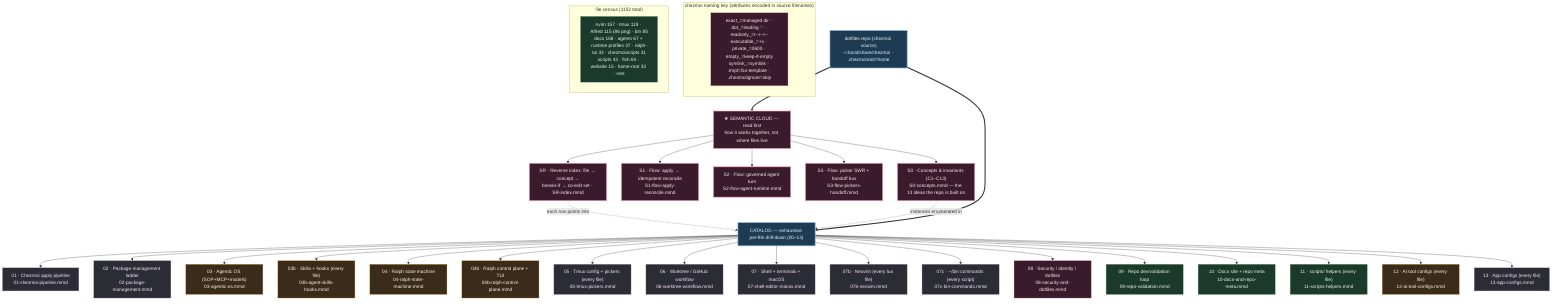
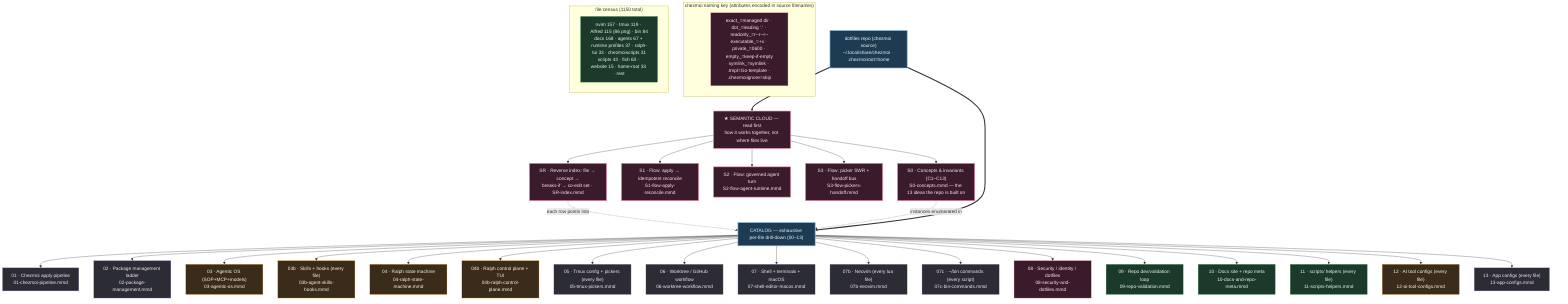
%% ============================================================================
%% 00-overview.mmd — Master navigation map for kapral18/dotfiles
%% TWO LAYERS:
%%   SEMANTIC CLOUD (read first) — how the system THINKS: concepts+invariants
%%     (S0), cross-cutting flows (S1/S2/S3), and a reverse index (SR) that maps
%%     any file to its concept, blast radius, and co-edit set.
%%   CATALOG (drill-down) — how the system is LAID OUT: 00-13 enumerate every
- %%     one of the 1152 tracked files by exact chezmoi source path.
+ %%     one of the 1150 tracked files by exact chezmoi source path.
%% `home/` is chezmoi source deployed to $HOME; scripts/tools/website/docs are
%% repo-side (NOT deployed). Each node → a deeper .mmd.
%% ============================================================================
graph TD
    classDef entry fill:#1d3b53,stroke:#7fb3d5,color:#eaf2f8,stroke-width:2px;
    classDef sys fill:#2c2c34,stroke:#b39ddb,color:#f3e5f5;
    classDef ai fill:#3a2b1b,stroke:#ffb74d,color:#fff3e0;
    classDef repo fill:#1b3a2b,stroke:#81c784,color:#e8f5e9;
    classDef data fill:#3a1b2b,stroke:#f48fb1,color:#fce4ec;
    classDef sem fill:#3a1b2b,stroke:#f48fb1,color:#fce4ec,stroke-width:2px;

    ROOT["dotfiles repo (chezmoi source)<br/>~/.local/share/chezmoi · .chezmoiroot=home"]:::entry

    %% ---- SEMANTIC LAYER (read before the catalog) --------------------------
    ROOT ==> SEMHEAD["★ SEMANTIC CLOUD — read first<br/>how it works together, not where files live"]:::sem
    SEMHEAD --> S0["S0 · Concepts & invariants (C1–C13)<br/>S0-concepts.mmd — the 13 ideas the repo is built on"]:::sem
    SEMHEAD --> S1["S1 · Flow: apply → idempotent reconcile<br/>S1-flow-apply-reconcile.mmd"]:::sem
    SEMHEAD --> S2["S2 · Flow: governed agent turn<br/>S2-flow-agent-runtime.mmd"]:::sem
    SEMHEAD --> S3["S3 · Flow: picker SWR + handoff bus<br/>S3-flow-pickers-handoff.mmd"]:::sem
    SEMHEAD --> SR["SR · Reverse index: file → concept →<br/>breaks-if → co-edit set · SR-index.mmd"]:::sem
    SR -. "each row points into" .-> CATHEAD
    S0 -. "instances enumerated in" .-> CATHEAD

    %% ---- CATALOG LAYER (exhaustive per-file drill-down) --------------------
    ROOT ==> CATHEAD["CATALOG — exhaustive per-file drill-down (00–13)"]:::entry

    CATHEAD --> CZ["01 · Chezmoi apply pipeline<br/>01-chezmoi-pipeline.mmd"]:::sys
    CATHEAD --> PKG["02 · Package management ladder<br/>02-package-management.mmd"]:::sys
    CATHEAD --> AIOS["03 · Agentic OS (SOP+MCP+models)<br/>03-agentic-os.mmd"]:::ai
    CATHEAD --> SKILLS["03b · Skills + hooks (every file)<br/>03b-agent-skills-hooks.mmd"]:::ai
    CATHEAD --> RALPH["04 · Ralph state machine<br/>04-ralph-state-machine.mmd"]:::ai
    CATHEAD --> RALPHCP["04b · Ralph control plane + TUI<br/>04b-ralph-control-plane.mmd"]:::ai
    CATHEAD --> TMUX["05 · Tmux config + pickers (every file)<br/>05-tmux-pickers.mmd"]:::sys
    CATHEAD --> WT["06 · Worktree / GitHub workflow<br/>06-worktree-workflow.mmd"]:::sys
    CATHEAD --> SEM["07 · Shell + terminals + macOS<br/>07-shell-editor-macos.mmd"]:::sys
    CATHEAD --> NVIM["07b · Neovim (every lua file)<br/>07b-neovim.mmd"]:::sys
    CATHEAD --> BIN["07c · ~/bin commands (every script)<br/>07c-bin-commands.mmd"]:::sys
    CATHEAD --> SEC["08 · Security / identity / dotfiles<br/>08-security-and-dotfiles.mmd"]:::data
    CATHEAD --> VAL["09 · Repo dev/validation loop<br/>09-repo-validation.mmd"]:::repo
    CATHEAD --> DOCS["10 · Docs site + repo meta<br/>10-docs-and-repo-meta.mmd"]:::repo
    CATHEAD --> SCRIPTS["11 · scripts/ helpers (every file)<br/>11-scripts-helpers.mmd"]:::repo
    CATHEAD --> AICFG["12 · AI tool configs (every file)<br/>12-ai-tool-configs.mmd"]:::ai
    CATHEAD --> APPS["13 · App configs (every file)<br/>13-app-configs.mmd"]:::sys

    subgraph KEY["chezmoi naming key (attributes encoded in source filenames)"]
        K1["exact_=managed dir · dot_=leading '.' · readonly_=r--r--r--<br/>executable_=+x · private_=0600 · empty_=keep-if-empty<br/>symlink_=symlink · .tmpl=Go-template · .chezmoiignore=skip"]:::data
    end

-     subgraph COUNTS["file census (1152 total)"]
-         C1["nvim 157 · tmux 119 · Alfred 115 (86 png) · bin 85<br/>docs 168 · agents 67 + runtime profiles 37 · ralph-tui 33 · chezmoiscripts 31<br/>scripts 43 · fish 64 · website 15 · home-root 33 · rest"]:::repo
+     subgraph COUNTS["file census (1150 total)"]
+         C1["nvim 157 · tmux 119 · Alfred 115 (86 png) · bin 84<br/>docs 168 · agents 67 + runtime profiles 37 · ralph-tui 33 · chezmoiscripts 31<br/>scripts 43 · fish 63 · website 15 · home-root 33 · rest"]:::repo
    end
